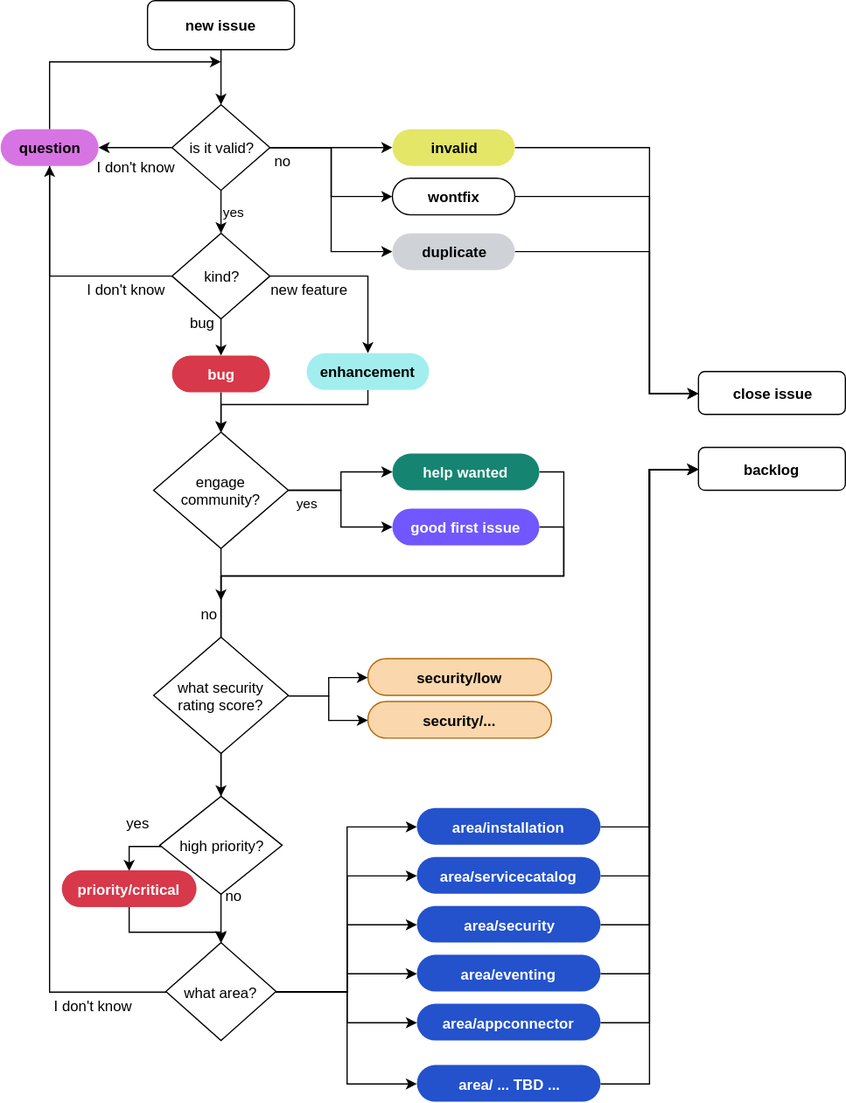
Before: assets/kyma-triage.svg, a diagram exported from draw.io (kyma-project/community). Source tidied: cells renumbered, new cells last; positions are measured from the earlier drawing's top-left corner, leaving out a move shared by most shapes.
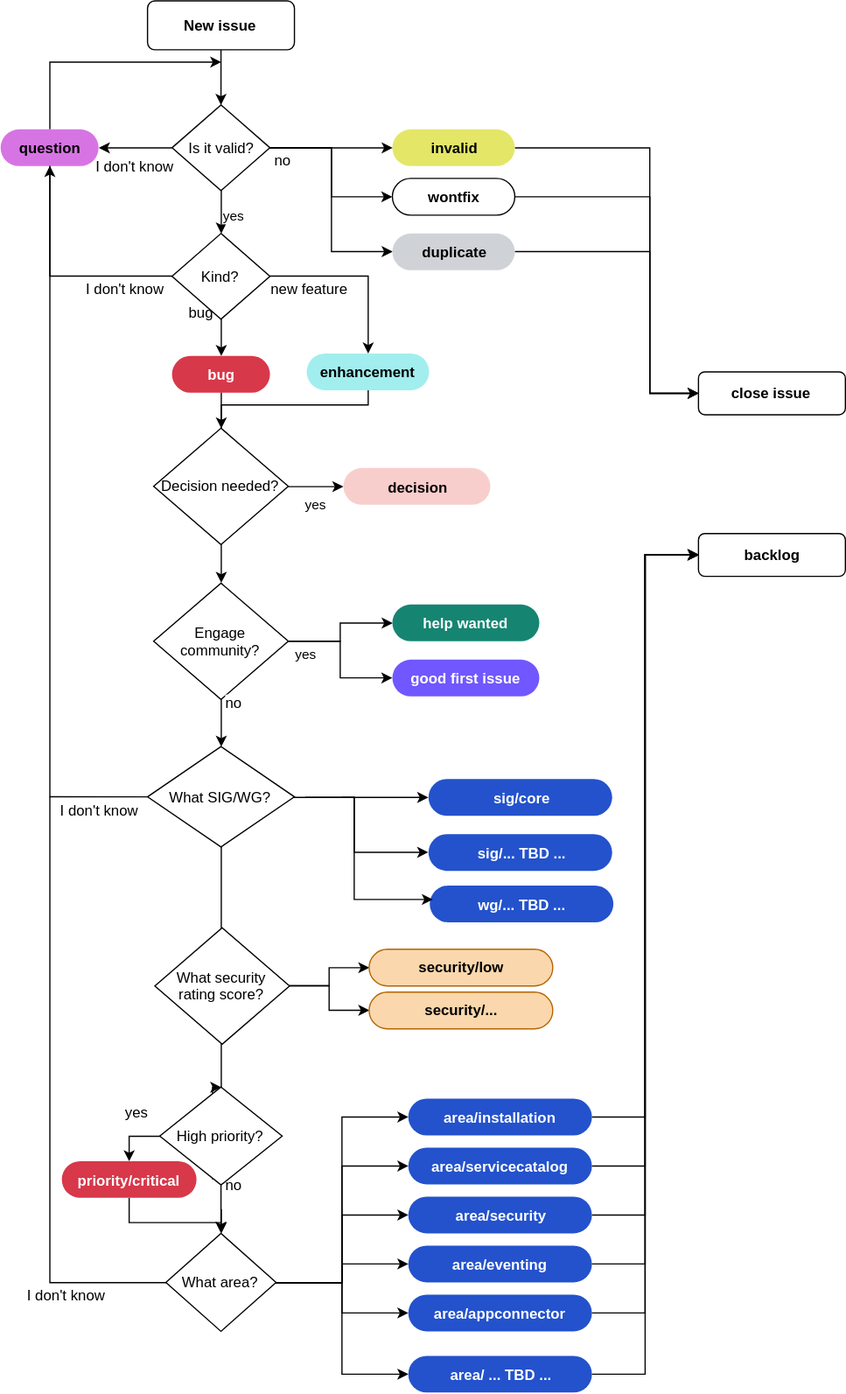
The same diagram one commit later.

Commit message:
Update of the kyma triage workflow

Diff of the diagram source:
```diff
@@ -7,4 +7,4 @@
         <Array as="points">
-          <mxPoint x="530" y="120" />
-          <mxPoint x="530" y="321" />
+          <mxPoint x="530" y="99" />
+          <mxPoint x="530" y="300" />
         </Array>
@@ -13,3 +13,3 @@
     <mxCell id="3" value="invalid" style="rounded=1;whiteSpace=wrap;html=1;arcSize=50;fillColor=#e4e668;strokeColor=none;fontStyle=1;" parent="1" vertex="1">
-      <mxGeometry x="320" y="105" width="100" height="30" as="geometry" />
+      <mxGeometry x="320" y="84" width="100" height="30" as="geometry" />
     </mxCell>
@@ -24,4 +24,4 @@
         <Array as="points">
-          <mxPoint x="270" y="120" />
-          <mxPoint x="270" y="205" />
+          <mxPoint x="270" y="99" />
+          <mxPoint x="270" y="184" />
         </Array>
@@ -45,4 +45,4 @@
     </mxCell>
-    <mxCell id="11" value="is it valid?" style="rhombus;whiteSpace=wrap;html=1;" parent="1" vertex="1">
-      <mxGeometry x="140" y="85" width="80" height="70" as="geometry" />
+    <mxCell id="11" value="Is it valid?" style="rhombus;whiteSpace=wrap;html=1;" parent="1" vertex="1">
+      <mxGeometry x="140" y="64" width="80" height="70" as="geometry" />
     </mxCell>
@@ -51,4 +51,4 @@
         <Array as="points">
-          <mxPoint x="530" y="160" />
-          <mxPoint x="530" y="321" />
+          <mxPoint x="530" y="139" />
+          <mxPoint x="530" y="300" />
         </Array>
@@ -57,3 +57,3 @@
     <mxCell id="13" value="wontfix" style="rounded=1;whiteSpace=wrap;html=1;arcSize=50;fontStyle=1;" parent="1" vertex="1">
-      <mxGeometry x="320" y="145" width="100" height="30" as="geometry" />
+      <mxGeometry x="320" y="124" width="100" height="30" as="geometry" />
     </mxCell>
@@ -62,4 +62,4 @@
         <Array as="points">
-          <mxPoint x="530" y="205" />
-          <mxPoint x="530" y="321" />
+          <mxPoint x="530" y="184" />
+          <mxPoint x="530" y="300" />
         </Array>
@@ -68,6 +68,6 @@
     <mxCell id="15" value="duplicate" style="rounded=1;whiteSpace=wrap;html=1;arcSize=50;fillColor=#cfd3d7;strokeColor=none;fontStyle=1;" parent="1" vertex="1">
-      <mxGeometry x="320" y="190" width="100" height="30" as="geometry" />
+      <mxGeometry x="320" y="169" width="100" height="30" as="geometry" />
     </mxCell>
     <mxCell id="16" value="close issue" style="rounded=1;whiteSpace=wrap;html=1;fillColor=#ffffff;strokeColor=#000000;fontStyle=1;" parent="1" vertex="1">
-      <mxGeometry x="570" y="303" width="120" height="35" as="geometry" />
+      <mxGeometry x="570" y="282" width="120" height="35" as="geometry" />
     </mxCell>
@@ -97,10 +97,11 @@
     </mxCell>
-    <mxCell id="23" value="kind?" style="rhombus;whiteSpace=wrap;html=1;" parent="1" vertex="1">
-      <mxGeometry x="140" y="190" width="80" height="70" as="geometry" />
+    <mxCell id="23" value="Kind?" style="rhombus;whiteSpace=wrap;html=1;" parent="1" vertex="1">
+      <mxGeometry x="140" y="169" width="80" height="70" as="geometry" />
     </mxCell>
-    <mxCell id="24" style="edgeStyle=orthogonalEdgeStyle;rounded=0;html=1;entryX=0.5;entryY=0;endArrow=classic;endFill=1;jettySize=auto;fontColor=#FFFFFF;" parent="1" edge="1" source="25" target="38">
+    <mxCell id="24" style="edgeStyle=orthogonalEdgeStyle;rounded=0;html=1;entryX=0.5;entryY=0;endArrow=classic;endFill=1;jettySize=auto;fontColor=#FFFFFF;" parent="1" edge="1" source="25">
       <mxGeometry relative="1" as="geometry">
+        <mxPoint x="180" y="385" as="targetPoint" />
         <Array as="points">
-          <mxPoint x="300" y="330" />
-          <mxPoint x="180" y="330" />
+          <mxPoint x="300" y="309" />
+          <mxPoint x="180" y="309" />
         </Array>
@@ -109,5 +110,5 @@
     <mxCell id="25" value="enhancement" style="rounded=1;whiteSpace=wrap;html=1;arcSize=50;strokeColor=none;strokeWidth=1;fillColor=#a2eeef;fontStyle=1;" parent="1" vertex="1">
-      <mxGeometry x="250" y="288" width="100" height="30" as="geometry" />
+      <mxGeometry x="250" y="267" width="100" height="30" as="geometry" />
     </mxCell>
-    <mxCell id="26" style="edgeStyle=orthogonalEdgeStyle;rounded=0;html=1;endArrow=classic;endFill=1;jettySize=auto;fontColor=#FFFFFF;" parent="1" edge="1" source="27" target="38">
+    <mxCell id="26" style="edgeStyle=orthogonalEdgeStyle;rounded=0;html=1;endArrow=classic;endFill=1;jettySize=auto;fontColor=#FFFFFF;entryX=0.5;entryY=0;exitX=0.5;exitY=1;" parent="1" edge="1" source="75" target="38">
       <mxGeometry relative="1" as="geometry" />
@@ -115,3 +116,3 @@
     <mxCell id="27" value="bug" style="rounded=1;whiteSpace=wrap;html=1;arcSize=50;strokeColor=none;strokeWidth=2;fillColor=#d7384a;fontStyle=1;fontColor=#FFFFFF;" parent="1" vertex="1">
-      <mxGeometry x="140" y="290" width="80" height="30" as="geometry" />
+      <mxGeometry x="140" y="269" width="80" height="30" as="geometry" />
     </mxCell>
@@ -119,5 +120,5 @@
       <mxGeometry relative="1" as="geometry">
-        <mxPoint x="180" y="50" as="targetPoint" />
+        <mxPoint x="180" y="29" as="targetPoint" />
         <Array as="points">
-          <mxPoint x="40" y="50" />
+          <mxPoint x="40" y="29" />
         </Array>
@@ -126,3 +127,3 @@
     <mxCell id="29" value="question" style="rounded=1;whiteSpace=wrap;html=1;arcSize=50;fillColor=#d774e3;strokeColor=none;fontStyle=1;" parent="1" vertex="1">
-      <mxGeometry y="105" width="80" height="30" as="geometry" />
+      <mxGeometry y="84" width="80" height="30" as="geometry" />
     </mxCell>
@@ -131,4 +132,4 @@
     </mxCell>
-    <mxCell id="31" value="new issue" style="rounded=1;whiteSpace=wrap;html=1;fillColor=#ffffff;strokeColor=#000000;fontStyle=1;" parent="1" vertex="1">
-      <mxGeometry x="120" width="120" height="40" as="geometry" />
+    <mxCell id="31" value="New issue" style="rounded=1;whiteSpace=wrap;html=1;fillColor=#ffffff;strokeColor=#000000;fontStyle=1;" parent="1" vertex="1">
+      <mxGeometry x="120" y="-21" width="120" height="40" as="geometry" />
     </mxCell>
@@ -142,4 +143,4 @@
       <mxGeometry relative="1" as="geometry">
-        <mxPoint x="180" y="726.5" as="sourcePoint" />
-        <mxPoint x="180" y="769" as="targetPoint" />
+        <mxPoint x="180" y="942.5" as="sourcePoint" />
+        <mxPoint x="180" y="985" as="targetPoint" />
       </mxGeometry>
@@ -151,6 +152,7 @@
     </mxCell>
-    <mxCell id="36" style="edgeStyle=orthogonalEdgeStyle;rounded=0;html=1;entryX=0.5;entryY=0;endArrow=classic;endFill=1;jettySize=auto;fontColor=#000000;" parent="1" edge="1" source="38" target="67">
+    <mxCell id="36" style="edgeStyle=orthogonalEdgeStyle;rounded=0;html=1;entryX=0.5;entryY=0;endArrow=classic;endFill=1;jettySize=auto;fontColor=#000000;exitX=0.5;exitY=1;" parent="1" edge="1" source="79" target="67">
       <mxGeometry relative="1" as="geometry">
         <Array as="points">
-          <mxPoint x="180" y="725" />
+          <mxPoint x="180" y="941" />
+          <mxPoint x="173" y="941" />
         </Array>
@@ -158,34 +160,10 @@
     </mxCell>
-    <mxCell id="37" value="no" style="text;html=1;align=center;verticalAlign=middle;labelBackgroundColor=#ffffff;fontColor=#000000;" parent="36" vertex="1">
-      <mxGeometry x="-0.24" y="1" relative="1" as="geometry">
-        <mxPoint x="-11" y="-81.5" as="offset" />
-      </mxGeometry>
-    </mxCell>
-    <mxCell id="38" value="engage community?" style="rhombus;whiteSpace=wrap;html=1;" parent="1" vertex="1">
-      <mxGeometry x="125" y="352.5" width="110" height="95" as="geometry" />
+    <mxCell id="38" value="Engage community?" style="rhombus;whiteSpace=wrap;html=1;" parent="1" vertex="1">
+      <mxGeometry x="125" y="454.5" width="110" height="95" as="geometry" />
     </mxCell>
-    <mxCell id="39" style="edgeStyle=orthogonalEdgeStyle;rounded=0;html=1;entryX=0.5;entryY=0;endArrow=classic;endFill=1;jettySize=auto;fontColor=#000000;" parent="1" edge="1" source="40" target="67">
-      <mxGeometry relative="1" as="geometry">
-        <Array as="points">
-          <mxPoint x="460" y="385" />
-          <mxPoint x="460" y="470" />
-          <mxPoint x="180" y="470" />
-        </Array>
-      </mxGeometry>
-    </mxCell>
     <mxCell id="40" value="help wanted" style="rounded=1;whiteSpace=wrap;html=1;arcSize=50;fillColor=#158572;strokeColor=none;fontColor=#FFFFFF;fontStyle=1;" parent="1" vertex="1">
-      <mxGeometry x="320" y="370" width="120" height="30" as="geometry" />
+      <mxGeometry x="320" y="472" width="120" height="30" as="geometry" />
     </mxCell>
-    <mxCell id="41" style="edgeStyle=orthogonalEdgeStyle;rounded=0;html=1;endArrow=classic;endFill=1;jettySize=auto;fontColor=#000000;" parent="1" edge="1" source="42">
-      <mxGeometry relative="1" as="geometry">
-        <mxPoint x="180" y="490" as="targetPoint" />
-        <Array as="points">
-          <mxPoint x="460" y="430" />
-          <mxPoint x="460" y="470" />
-          <mxPoint x="180" y="470" />
-        </Array>
-      </mxGeometry>
-    </mxCell>
     <mxCell id="42" value="good first issue" style="rounded=1;whiteSpace=wrap;html=1;arcSize=50;fillColor=#7057ff;strokeColor=none;fontColor=#FFFFFF;fontStyle=1;" parent="1" vertex="1">
-      <mxGeometry x="320" y="415" width="120" height="30" as="geometry" />
+      <mxGeometry x="320" y="517" width="120" height="30" as="geometry" />
     </mxCell>
@@ -217,4 +195,4 @@
     </mxCell>
-    <mxCell id="51" value="what area?" style="rhombus;whiteSpace=wrap;html=1;" parent="1" vertex="1">
-      <mxGeometry x="135" y="769.5" width="90" height="80" as="geometry" />
+    <mxCell id="51" value="What area?" style="rhombus;whiteSpace=wrap;html=1;" parent="1" vertex="1">
+      <mxGeometry x="135" y="985.5" width="90" height="80" as="geometry" />
     </mxCell>
@@ -224,3 +202,3 @@
     <mxCell id="53" value="area/installation" style="rounded=1;whiteSpace=wrap;html=1;arcSize=50;fillColor=#2352cc;strokeColor=none;fontColor=#FFFFFF;fontStyle=1;" parent="1" vertex="1">
-      <mxGeometry x="340" y="659.5" width="150" height="30" as="geometry" />
+      <mxGeometry x="333" y="875.5" width="150" height="30" as="geometry" />
     </mxCell>
@@ -230,3 +208,3 @@
     <mxCell id="55" value="area/servicecatalog" style="rounded=1;whiteSpace=wrap;html=1;arcSize=50;fillColor=#2352cc;strokeColor=none;fontColor=#FFFFFF;fontStyle=1;" parent="1" vertex="1">
-      <mxGeometry x="340" y="699.5" width="150" height="30" as="geometry" />
+      <mxGeometry x="333" y="915.5" width="150" height="30" as="geometry" />
     </mxCell>
@@ -236,3 +214,3 @@
     <mxCell id="57" value="area/security" style="rounded=1;whiteSpace=wrap;html=1;arcSize=50;fillColor=#2352cc;strokeColor=none;fontColor=#FFFFFF;fontStyle=1;" parent="1" vertex="1">
-      <mxGeometry x="340" y="739.5" width="150" height="30" as="geometry" />
+      <mxGeometry x="333" y="955.5" width="150" height="30" as="geometry" />
     </mxCell>
@@ -242,3 +220,3 @@
     <mxCell id="59" value="area/eventing" style="rounded=1;whiteSpace=wrap;html=1;arcSize=50;fillColor=#2352cc;strokeColor=none;fontColor=#FFFFFF;fontStyle=1;" parent="1" vertex="1">
-      <mxGeometry x="340" y="779.5" width="150" height="30" as="geometry" />
+      <mxGeometry x="333" y="995.5" width="150" height="30" as="geometry" />
     </mxCell>
@@ -248,6 +226,6 @@
     <mxCell id="61" value="area/appconnector" style="rounded=1;whiteSpace=wrap;html=1;arcSize=50;fillColor=#2352cc;strokeColor=none;fontColor=#FFFFFF;fontStyle=1;" parent="1" vertex="1">
-      <mxGeometry x="340" y="819.5" width="150" height="30" as="geometry" />
+      <mxGeometry x="333" y="1035.5" width="150" height="30" as="geometry" />
     </mxCell>
     <mxCell id="62" value="backlog" style="rounded=1;whiteSpace=wrap;html=1;fillColor=#ffffff;strokeColor=#000000;fontStyle=1;" parent="1" vertex="1">
-      <mxGeometry x="570" y="365" width="120" height="35" as="geometry" />
+      <mxGeometry x="570" y="414" width="120" height="35" as="geometry" />
     </mxCell>
@@ -257,3 +235,3 @@
     <mxCell id="64" value="area/ ... TBD ..." style="rounded=1;whiteSpace=wrap;html=1;arcSize=50;fillColor=#2352cc;strokeColor=none;fontColor=#FFFFFF;fontStyle=1;" parent="1" vertex="1">
-      <mxGeometry x="340" y="869.5" width="150" height="30" as="geometry" />
+      <mxGeometry x="333" y="1085.5" width="150" height="30" as="geometry" />
     </mxCell>
@@ -262,3 +240,3 @@
         <Array as="points">
-          <mxPoint x="105" y="690.5" />
+          <mxPoint x="105" y="906.5" />
         </Array>
@@ -271,4 +249,4 @@
     </mxCell>
-    <mxCell id="67" value="high priority?" style="rhombus;whiteSpace=wrap;html=1;" parent="1" vertex="1">
-      <mxGeometry x="130" y="650" width="100" height="80" as="geometry" />
+    <mxCell id="67" value="High priority?" style="rhombus;whiteSpace=wrap;html=1;" parent="1" vertex="1">
+      <mxGeometry x="130" y="866" width="100" height="80" as="geometry" />
     </mxCell>
@@ -278,3 +256,3 @@
     <mxCell id="69" value="priority/critical" style="rounded=1;whiteSpace=wrap;html=1;arcSize=50;strokeColor=none;strokeWidth=2;fillColor=#d7384a;fontStyle=1;fontColor=#FFFFFF;" parent="1" vertex="1">
-      <mxGeometry x="50" y="710.5" width="110" height="30" as="geometry" />
+      <mxGeometry x="50" y="926.5" width="110" height="30" as="geometry" />
     </mxCell>
@@ -286,11 +264,87 @@
     </mxCell>
-    <mxCell id="72" value="what security &lt;br&gt;rating score?" style="rhombus;whiteSpace=wrap;html=1;" parent="1" vertex="1">
-      <mxGeometry x="125" y="520" width="110" height="95" as="geometry" />
+    <mxCell id="72" value="What security &lt;br&gt;rating score?" style="rhombus;whiteSpace=wrap;html=1;" parent="1" vertex="1">
+      <mxGeometry x="126" y="736" width="110" height="95" as="geometry" />
     </mxCell>
     <mxCell id="73" value="security/low" style="rounded=1;whiteSpace=wrap;html=1;arcSize=50;fillColor=#fad7ac;strokeColor=#b46504;fontColor=#000000;fontStyle=1;" parent="1" vertex="1">
-      <mxGeometry x="300" y="537.5" width="150" height="30" as="geometry" />
+      <mxGeometry x="301" y="753.5" width="150" height="30" as="geometry" />
     </mxCell>
     <mxCell id="74" value="security/..." style="rounded=1;whiteSpace=wrap;html=1;arcSize=50;fillColor=#fad7ac;strokeColor=#b46504;fontColor=#000000;fontStyle=1;" parent="1" vertex="1">
-      <mxGeometry x="300" y="572.5" width="150" height="30" as="geometry" />
+      <mxGeometry x="301" y="788.5" width="150" height="30" as="geometry" />
     </mxCell>
+    <mxCell id="75" value="Decision needed?" style="rhombus;whiteSpace=wrap;html=1;" parent="1" vertex="1">
+      <mxGeometry x="125" y="328" width="110" height="95" as="geometry" />
+    </mxCell>
+    <mxCell id="76" style="edgeStyle=orthogonalEdgeStyle;rounded=0;html=1;endArrow=classic;endFill=1;jettySize=auto;fontColor=#FFFFFF;" parent="1" edge="1" source="27" target="75">
+      <mxGeometry relative="1" as="geometry" />
+    </mxCell>
+    <mxCell id="77" value="yes" style="edgeStyle=orthogonalEdgeStyle;rounded=0;html=1;jettySize=auto;exitX=1;exitY=0.5;" parent="1" edge="1" source="75" target="78">
+      <mxGeometry x="0.01" y="-15" relative="1" as="geometry" />
+    </mxCell>
+    <mxCell id="78" value="&lt;font color=&quot;#000000&quot;&gt;decision&lt;/font&gt;" style="rounded=1;whiteSpace=wrap;html=1;arcSize=50;fillColor=#f8cecc;strokeColor=none;fontColor=#FFFFFF;fontStyle=1;" parent="1" vertex="1">
+      <mxGeometry x="280" y="360.5" width="120" height="30" as="geometry" />
+    </mxCell>
+    <mxCell id="79" value="What SIG/WG?" style="rhombus;whiteSpace=wrap;html=1;" parent="1" vertex="1">
+      <mxGeometry x="120" y="588" width="120" height="82" as="geometry" />
+    </mxCell>
+    <mxCell id="80" style="edgeStyle=orthogonalEdgeStyle;rounded=0;html=1;endArrow=classic;endFill=1;jettySize=auto;fontColor=#FFFFFF;entryX=0.5;entryY=0;exitX=0.5;exitY=1;" parent="1" edge="1" target="79">
+      <mxGeometry relative="1" as="geometry">
+        <mxPoint x="180" y="549.5" as="sourcePoint" />
+        <Array as="points">
+          <mxPoint x="180" y="570.5" />
+          <mxPoint x="180" y="570.5" />
+        </Array>
+      </mxGeometry>
+    </mxCell>
+    <mxCell id="37" value="no" style="text;html=1;align=center;verticalAlign=middle;labelBackgroundColor=#ffffff;fontColor=#000000;" parent="80" vertex="1">
+      <mxGeometry x="-0.69" y="4" relative="1" as="geometry">
+        <mxPoint x="6" y="-3.5" as="offset" />
+      </mxGeometry>
+    </mxCell>
+    <mxCell id="81" value="sig/core" style="rounded=1;whiteSpace=wrap;html=1;arcSize=50;fillColor=#2352cc;strokeColor=none;fontColor=#FFFFFF;fontStyle=1;" parent="1" vertex="1">
+      <mxGeometry x="349.5" y="614.5" width="150" height="30" as="geometry" />
+    </mxCell>
+    <mxCell id="82" value="sig/... TBD ..." style="rounded=1;whiteSpace=wrap;html=1;arcSize=50;fillColor=#2352cc;strokeColor=none;fontColor=#FFFFFF;fontStyle=1;" parent="1" vertex="1">
+      <mxGeometry x="349.5" y="659.5" width="150" height="30" as="geometry" />
+    </mxCell>
+    <mxCell id="83" value="wg/... TBD ..." style="rounded=1;whiteSpace=wrap;html=1;arcSize=50;fillColor=#2352cc;strokeColor=none;fontColor=#FFFFFF;fontStyle=1;" parent="1" vertex="1">
+      <mxGeometry x="350.5" y="701.5" width="150" height="30" as="geometry" />
+    </mxCell>
+    <mxCell id="84" style="edgeStyle=orthogonalEdgeStyle;rounded=0;html=1;entryX=0.018;entryY=0.371;endArrow=classic;endFill=1;jettySize=auto;fontColor=#000000;entryPerimeter=0;" parent="1" edge="1" target="83">
+      <mxGeometry relative="1" as="geometry">
+        <mxPoint x="239" y="629.5" as="sourcePoint" />
+        <Array as="points">
+          <mxPoint x="289" y="629" />
+          <mxPoint x="289" y="713" />
+          <mxPoint x="349" y="713" />
+        </Array>
+      </mxGeometry>
+    </mxCell>
+    <mxCell id="85" style="edgeStyle=orthogonalEdgeStyle;rounded=0;html=1;entryX=0;entryY=0.5;endArrow=classic;endFill=1;jettySize=auto;fontColor=#000000;" parent="1" edge="1" target="82">
+      <mxGeometry relative="1" as="geometry">
+        <mxPoint x="279" y="629.5" as="sourcePoint" />
+        <Array as="points">
+          <mxPoint x="289" y="629.5" />
+          <mxPoint x="289" y="674.5" />
+        </Array>
+      </mxGeometry>
+    </mxCell>
+    <mxCell id="86" style="edgeStyle=orthogonalEdgeStyle;rounded=0;html=1;entryX=0;entryY=0.5;endArrow=classic;endFill=1;jettySize=auto;fontColor=#000000;" parent="1" edge="1" target="81">
+      <mxGeometry relative="1" as="geometry">
+        <mxPoint x="249" y="629.5" as="sourcePoint" />
+        <Array as="points">
+          <mxPoint x="289" y="629.5" />
+          <mxPoint x="289" y="629.5" />
+        </Array>
+      </mxGeometry>
+    </mxCell>
+    <mxCell id="87" style="endArrow=none;html=1;entryX=0;entryY=0.5;" parent="1" edge="1" target="79">
+      <mxGeometry relative="1" as="geometry">
+        <mxPoint x="40" y="629" as="sourcePoint" />
+      </mxGeometry>
+    </mxCell>
+    <mxCell id="88" value="I don't know" style="text;html=1;align=center;verticalAlign=middle;labelBackgroundColor=#ffffff;" parent="87" vertex="1">
+      <mxGeometry x="-0.15" y="-2" relative="1" as="geometry">
+        <mxPoint x="6" y="9" as="offset" />
+      </mxGeometry>
+    </mxCell>
   </root>
```
